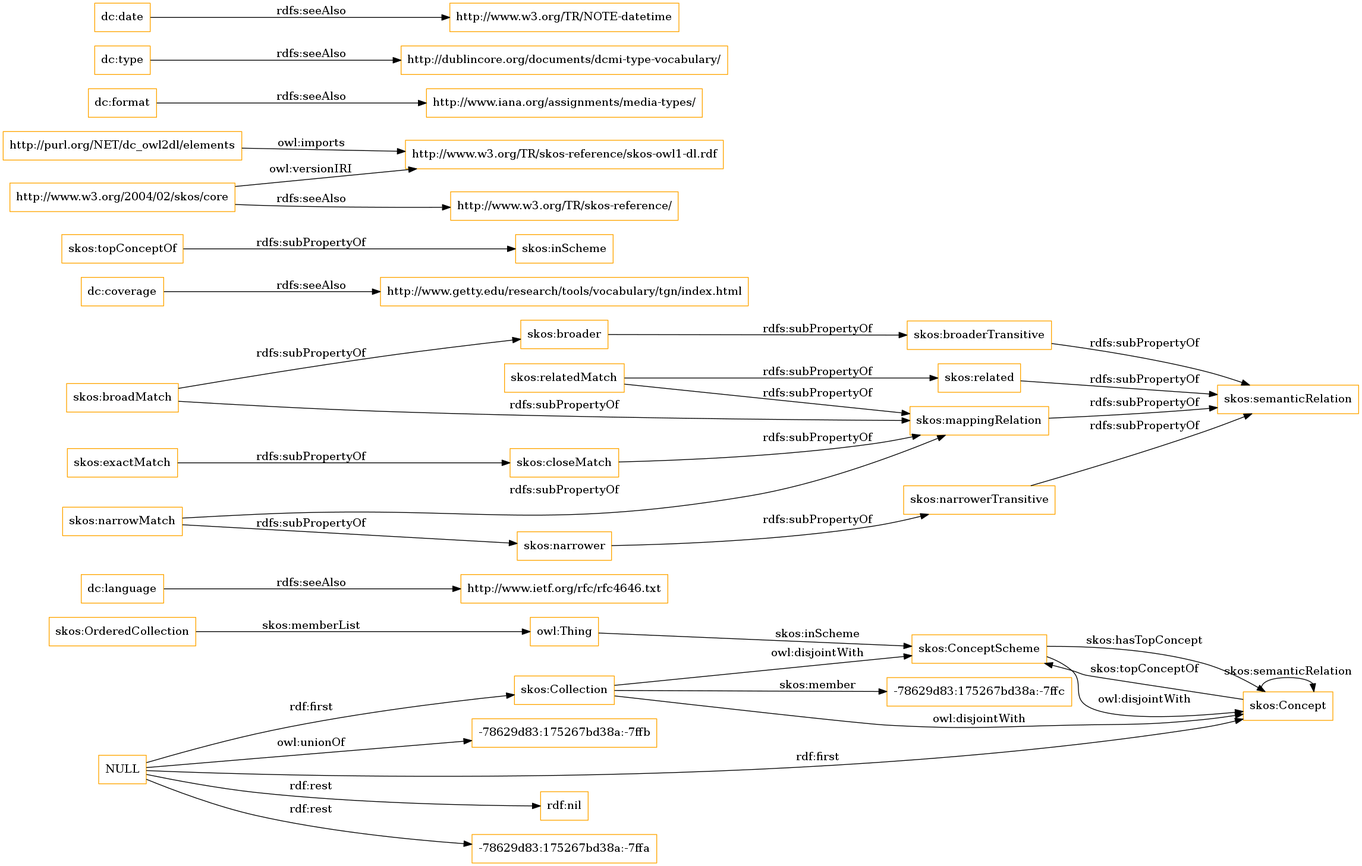
OnToologyUser/core-ontology-1 keeps this Graphviz diagram as OnToology/imports/elements.owl/diagrams/ar2dtool-class/elements.owl.png. Above is the earlier version. Its source is kept beside it as OnToology/imports/elements.owl/diagrams/ar2dtool-class/elements.owl.png.dot.
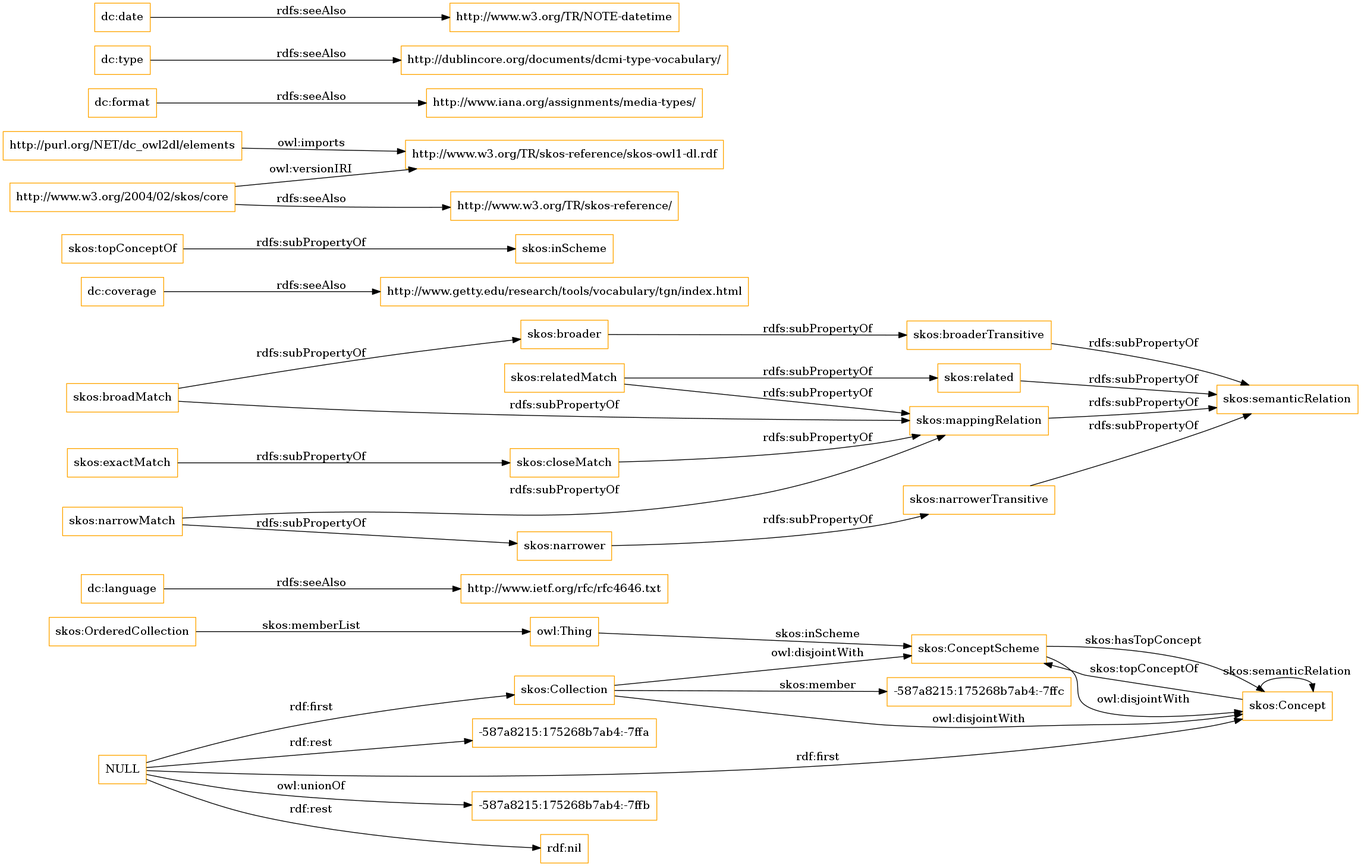
Above is the later version.

Change to the diagram source:
```diff
@@ -1,13 +1,13 @@
 digraph ar2dtool_diagram {
 rankdir=LR;
 size="1501"
-node [shape = rectangle, color="orange"]; "-78629d83:175267bd38a:-7ffc" "skos:OrderedCollection" "skos:Collection" "skos:ConceptScheme" "skos:Concept" ; /*classes style*/
+node [shape = rectangle, color="orange"]; "-587a8215:175268b7ab4:-7ffc" "skos:OrderedCollection" "skos:Collection" "skos:ConceptScheme" "skos:Concept" ; /*classes style*/
 	"dc:language" -> "http://www.ietf.org/rfc/rfc4646.txt" [ label = "rdfs:seeAlso" ];
+	"NULL" -> "-587a8215:175268b7ab4:-7ffb" [ label = "owl:unionOf" ];
 	"NULL" -> "rdf:nil" [ label = "rdf:rest" ];
 	"NULL" -> "skos:Collection" [ label = "rdf:first" ];
-	"NULL" -> "-78629d83:175267bd38a:-7ffa" [ label = "rdf:rest" ];
+	"NULL" -> "-587a8215:175268b7ab4:-7ffa" [ label = "rdf:rest" ];
 	"NULL" -> "skos:Concept" [ label = "rdf:first" ];
-	"NULL" -> "-78629d83:175267bd38a:-7ffb" [ label = "owl:unionOf" ];
 	"skos:closeMatch" -> "skos:mappingRelation" [ label = "rdfs:subPropertyOf" ];
 	"dc:coverage" -> "http://www.getty.edu/research/tools/vocabulary/tgn/index.html" [ label = "rdfs:seeAlso" ];
 	"skos:relatedMatch" -> "skos:related" [ label = "rdfs:subPropertyOf" ];
@@ -36,7 +36,7 @@
 	"skos:OrderedCollection" -> "owl:Thing" [ label = "skos:memberList" ];
 	"skos:Concept" -> "skos:ConceptScheme" [ label = "skos:topConceptOf" ];
 	"skos:Concept" -> "skos:Concept" [ label = "skos:semanticRelation" ];
-	"skos:Collection" -> "-78629d83:175267bd38a:-7ffc" [ label = "skos:member" ];
+	"skos:Collection" -> "-587a8215:175268b7ab4:-7ffc" [ label = "skos:member" ];
 	"skos:ConceptScheme" -> "skos:Concept" [ label = "skos:hasTopConcept" ];
 	"owl:Thing" -> "skos:ConceptScheme" [ label = "skos:inScheme" ];
 
```
